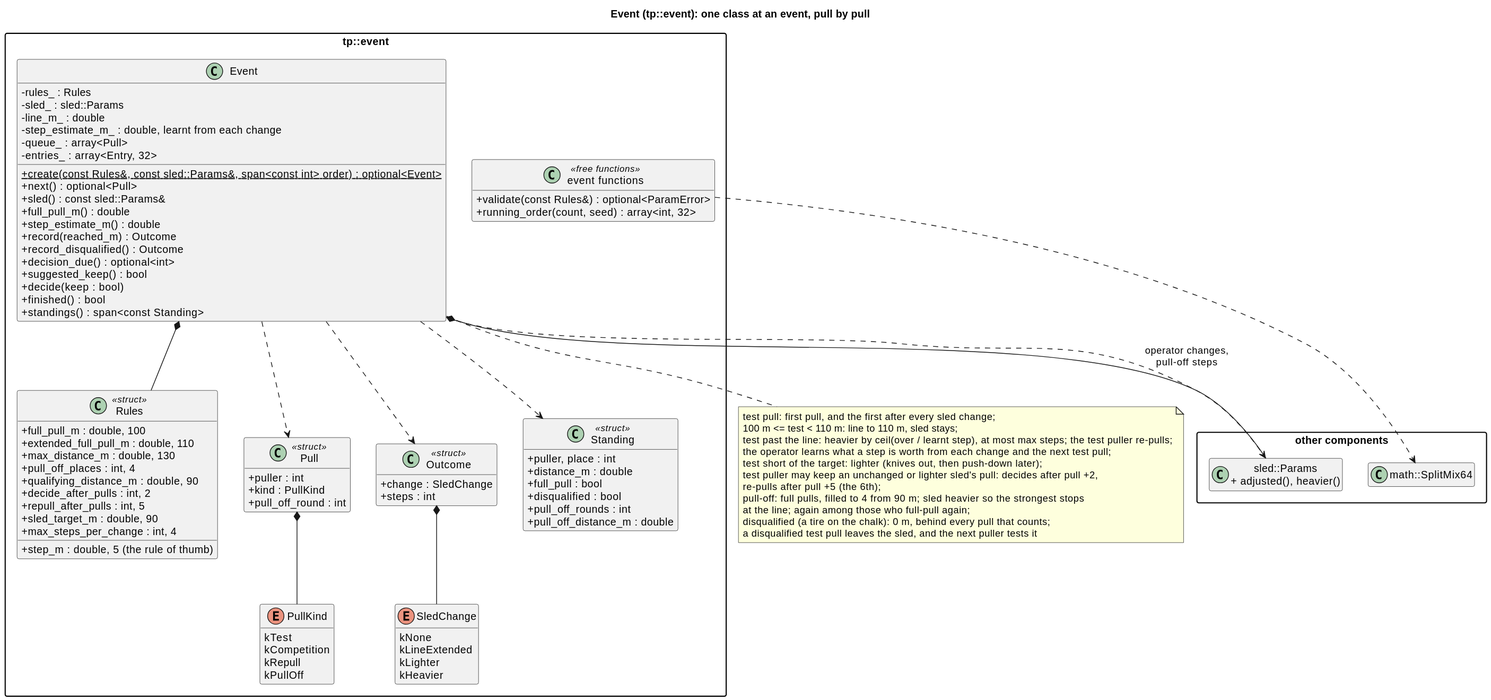
The PlantUML diagram docs/diagrams/svg/event_classes.svg in wversteeg/TractorPulling, before a commit.
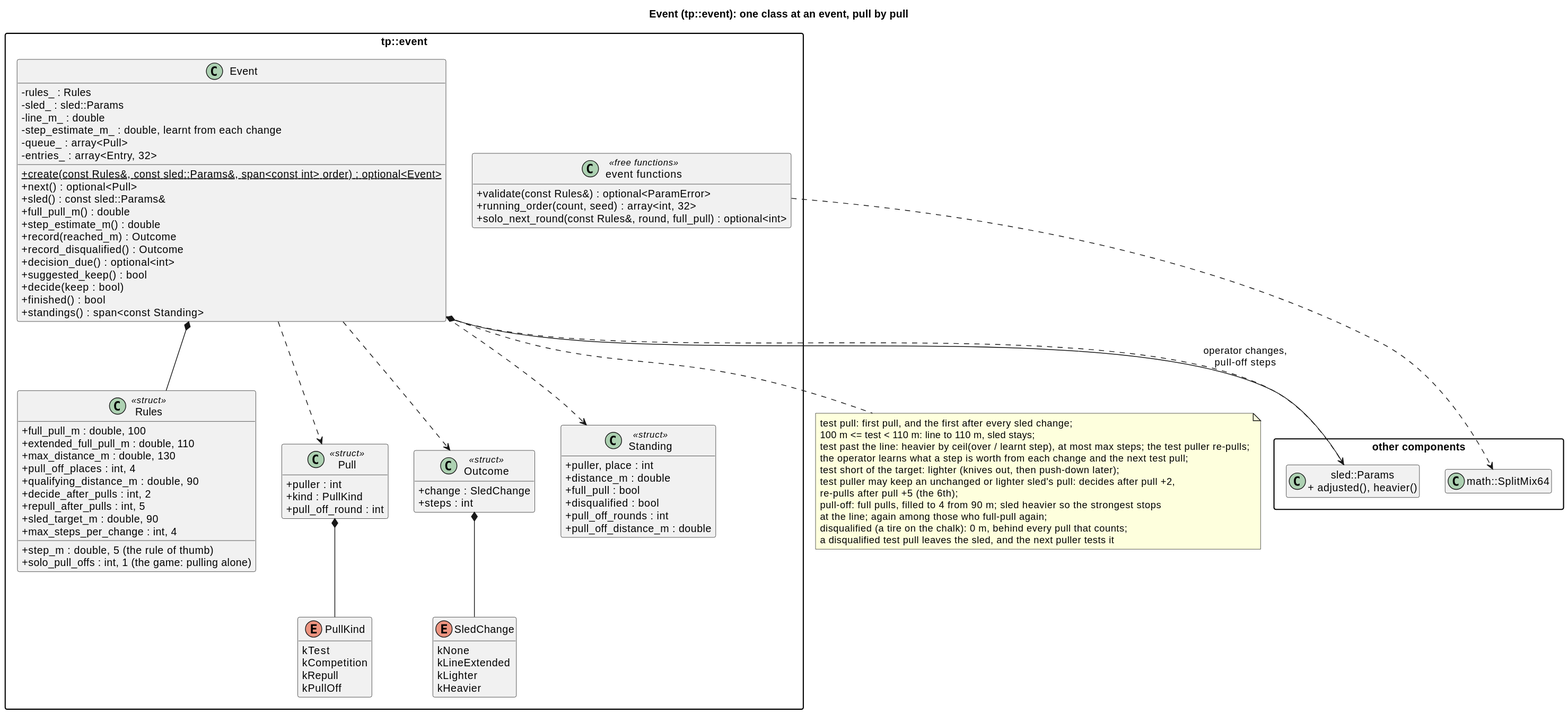
Above is the later version.

Commit message:
Event rules: the solo pull-offs

What changed in the source:
```diff
@@ -21,6 +21,7 @@
     +sled_target_m : double, 90
     +step_m : double, 5 (the rule of thumb)
     +max_steps_per_change : int, 4
+    +solo_pull_offs : int, 1 (the game: pulling alone)
   }
   class Pull <<struct>> {
     +puller : int
@@ -74,6 +75,7 @@
   class "event functions" as EventFns <<free functions>> {
     +validate(const Rules&) : optional<ParamError>
     +running_order(count, seed) : array<int, 32>
+    +solo_next_round(const Rules&, round, full_pull) : optional<int>
   }
   Event *-- Rules
   Event ..> Pull
```
